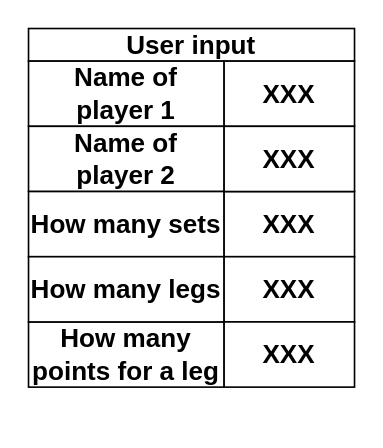
This is schemes/score_calculator_Dialog_sketch.drawio from KostasEreksonas/Dart_scoreboard, a draw.io file, before an edit. Source tidied: cells renumbered, new cells numbered last; positions are measured from the earlier drawing's top-left corner, leaving out a move shared by most shapes. Both pictures are drawn from the tidied source at 163%, with x=0, y=0 at pixel (28, 28).
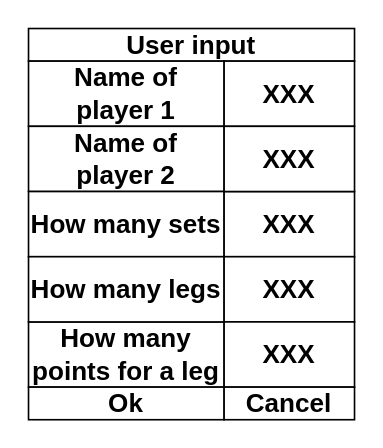
After the change.

Commit message:
Added Ok and Cancel buttons to the Dialog sketch

What changed in the source:
```diff
@@
 <mxGraphModel>
   <root>
     <mxCell id="0" />
     <mxCell id="1" parent="0" />
     <mxCell id="2" value="&lt;div&gt;&lt;b&gt;&lt;font style=&quot;font-size: 16px&quot;&gt;User input&lt;br&gt;&lt;/font&gt;&lt;/b&gt;&lt;/div&gt;" style="rounded=0;whiteSpace=wrap;html=1;align=center;" parent="1" vertex="1">
       <mxGeometry width="200" height="20" as="geometry" />
     </mxCell>
     <mxCell id="3" value="&lt;div&gt;&lt;font style=&quot;font-size: 16px&quot;&gt;&lt;b&gt;Name of&lt;/b&gt;&lt;/font&gt;&lt;/div&gt;&lt;div&gt;&lt;font style=&quot;font-size: 16px&quot;&gt;&lt;b&gt;player 1&lt;br&gt;&lt;/b&gt;&lt;/font&gt;&lt;/div&gt;" style="rounded=0;whiteSpace=wrap;html=1;" parent="1" vertex="1">
       <mxGeometry y="20" width="120" height="40" as="geometry" />
     </mxCell>
     <mxCell id="4" value="&lt;div&gt;&lt;font style=&quot;font-size: 16px&quot;&gt;&lt;b&gt;Name of&lt;/b&gt;&lt;/font&gt;&lt;/div&gt;&lt;div&gt;&lt;font style=&quot;font-size: 16px&quot;&gt;&lt;b&gt;player 2&lt;br&gt;&lt;/b&gt;&lt;/font&gt;&lt;/div&gt;" style="rounded=0;whiteSpace=wrap;html=1;" parent="1" vertex="1">
       <mxGeometry y="60" width="120" height="40" as="geometry" />
     </mxCell>
     <mxCell id="5" value="&lt;font style=&quot;font-size: 16px&quot;&gt;&lt;b&gt;How many sets&lt;br&gt;&lt;/b&gt;&lt;/font&gt;" style="rounded=0;whiteSpace=wrap;html=1;" parent="1" vertex="1">
       <mxGeometry y="100" width="120" height="40" as="geometry" />
     </mxCell>
     <mxCell id="6" value="&lt;font style=&quot;font-size: 16px&quot;&gt;&lt;b&gt;XXX&lt;/b&gt;&lt;/font&gt;" style="rounded=0;whiteSpace=wrap;html=1;" parent="1" vertex="1">
       <mxGeometry x="120" y="100" width="80" height="40" as="geometry" />
     </mxCell>
     <mxCell id="7" value="&lt;b&gt;&lt;font style=&quot;font-size: 16px&quot;&gt;How many points for a leg&lt;br&gt;&lt;/font&gt;&lt;/b&gt;" style="rounded=0;whiteSpace=wrap;html=1;" parent="1" vertex="1">
       <mxGeometry y="180" width="120" height="40" as="geometry" />
     </mxCell>
     <mxCell id="8" value="&lt;font style=&quot;font-size: 16px&quot;&gt;&lt;b&gt;How many legs&lt;br&gt;&lt;/b&gt;&lt;/font&gt;" style="rounded=0;whiteSpace=wrap;html=1;" parent="1" vertex="1">
       <mxGeometry y="140" width="120" height="40" as="geometry" />
     </mxCell>
     <mxCell id="9" value="&lt;font style=&quot;font-size: 16px&quot;&gt;&lt;b&gt;XXX&lt;/b&gt;&lt;/font&gt;" style="rounded=0;whiteSpace=wrap;html=1;" parent="1" vertex="1">
       <mxGeometry x="120" y="140" width="80" height="40" as="geometry" />
     </mxCell>
     <mxCell id="10" value="&lt;font style=&quot;font-size: 16px&quot;&gt;&lt;b&gt;XXX&lt;/b&gt;&lt;/font&gt;" style="rounded=0;whiteSpace=wrap;html=1;" parent="1" vertex="1">
       <mxGeometry x="120" y="180" width="80" height="40" as="geometry" />
     </mxCell>
     <mxCell id="11" value="&lt;font style=&quot;font-size: 16px&quot;&gt;&lt;b&gt;XXX&lt;/b&gt;&lt;/font&gt;" style="rounded=0;whiteSpace=wrap;html=1;" parent="1" vertex="1">
       <mxGeometry x="120" y="20" width="80" height="40" as="geometry" />
     </mxCell>
     <mxCell id="12" value="&lt;font style=&quot;font-size: 16px&quot;&gt;&lt;b&gt;XXX&lt;/b&gt;&lt;/font&gt;" style="rounded=0;whiteSpace=wrap;html=1;" parent="1" vertex="1">
       <mxGeometry x="120" y="60" width="80" height="40" as="geometry" />
     </mxCell>
+    <mxCell id="13" value="&lt;font style=&quot;font-size: 16px&quot;&gt;&lt;b&gt;Ok&lt;/b&gt;&lt;/font&gt;" style="rounded=0;whiteSpace=wrap;html=1;" parent="1" vertex="1">
+      <mxGeometry y="220" width="120" height="20" as="geometry" />
+    </mxCell>
+    <mxCell id="14" value="&lt;font style=&quot;font-size: 16px&quot;&gt;&lt;b&gt;Cancel&lt;/b&gt;&lt;/font&gt;" style="rounded=0;whiteSpace=wrap;html=1;" parent="1" vertex="1">
+      <mxGeometry x="120" y="220" width="80" height="20" as="geometry" />
+    </mxCell>
   </root>
 </mxGraphModel>
```
